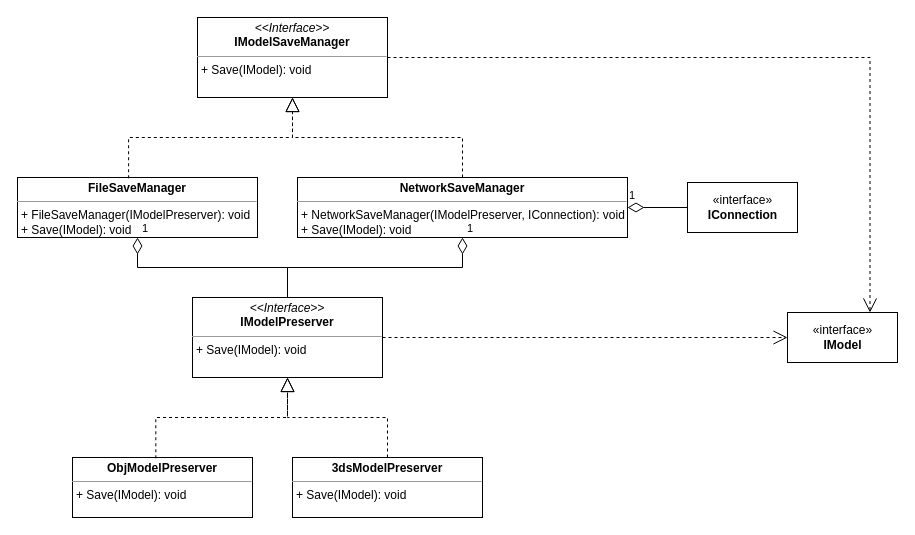
SheinEA/gb_architect keeps this draw.io diagram as page "PhotoPreservers" (4 of 5) of module_2/Classes.drawio. Above is the earlier version. Source tidied: cells renumbered, new cells numbered last; positions are measured from the earlier drawing's top-left corner, leaving out a move shared by most shapes. Both pictures are drawn from the tidied source at 100%, with x=0, y=0 at pixel (17, 17).
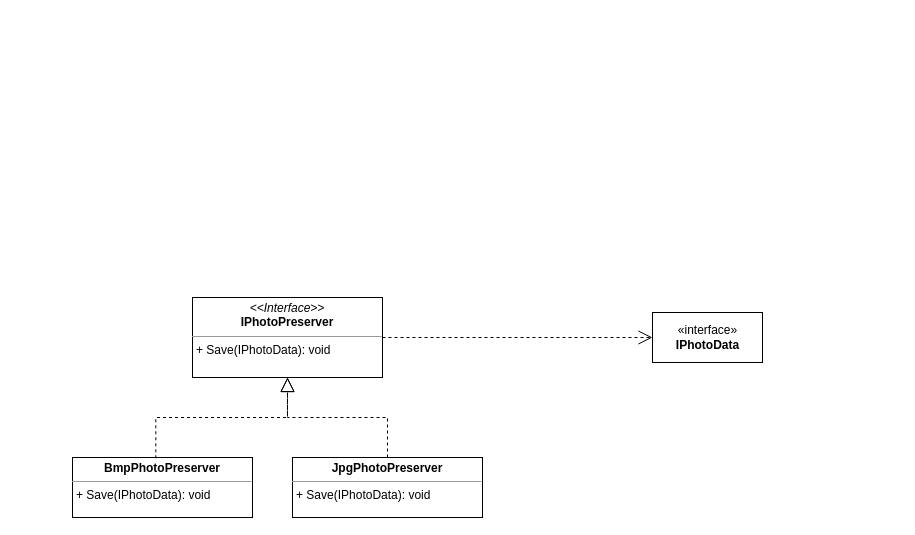
After the change.

Change to the diagram source:
```diff
@@
-    <mxCell id="2" value="&lt;p style=&quot;margin: 0px ; margin-top: 4px ; text-align: center&quot;&gt;&lt;i&gt;&amp;lt;&amp;lt;Interface&amp;gt;&amp;gt;&lt;/i&gt;&lt;br&gt;&lt;b&gt;IModelPreserver&lt;/b&gt;&lt;/p&gt;&lt;hr size=&quot;1&quot;&gt;&lt;p style=&quot;margin: 0px ; margin-left: 4px&quot;&gt;+ Save(IModel): void&lt;br&gt;&lt;/p&gt;" style="verticalAlign=top;align=left;overflow=fill;fontSize=12;fontFamily=Helvetica;html=1;" parent="1" vertex="1">
+    <mxCell id="2" value="&lt;p style=&quot;margin: 0px ; margin-top: 4px ; text-align: center&quot;&gt;&lt;i&gt;&amp;lt;&amp;lt;Interface&amp;gt;&amp;gt;&lt;/i&gt;&lt;br&gt;&lt;b&gt;IPhotoPreserver&lt;/b&gt;&lt;/p&gt;&lt;hr size=&quot;1&quot;&gt;&lt;p style=&quot;margin: 0px ; margin-left: 4px&quot;&gt;+ Save(IPhotoData): void&lt;br&gt;&lt;/p&gt;" style="verticalAlign=top;align=left;overflow=fill;fontSize=12;fontFamily=Helvetica;html=1;" parent="1" vertex="1">
       <mxGeometry x="175" y="280" width="190" height="80" as="geometry" />
     </mxCell>
-    <mxCell id="3" value="&lt;p style=&quot;margin: 0px ; margin-top: 4px ; text-align: center&quot;&gt;&lt;b&gt;ObjModelPreserver&lt;/b&gt;&lt;br&gt;&lt;/p&gt;&lt;hr size=&quot;1&quot;&gt;&lt;p style=&quot;margin: 0px ; margin-left: 4px&quot;&gt;&lt;span&gt;+ Save(IModel): void&lt;/span&gt;&lt;br&gt;&lt;/p&gt;" style="verticalAlign=top;align=left;overflow=fill;fontSize=12;fontFamily=Helvetica;html=1;" parent="1" vertex="1">
+    <mxCell id="3" value="&lt;p style=&quot;margin: 0px ; margin-top: 4px ; text-align: center&quot;&gt;&lt;b&gt;BmpPhotoPreserver&lt;/b&gt;&lt;br&gt;&lt;/p&gt;&lt;hr size=&quot;1&quot;&gt;&lt;p style=&quot;margin: 0px ; margin-left: 4px&quot;&gt;+ Save(IPhotoData): void&lt;br&gt;&lt;/p&gt;" style="verticalAlign=top;align=left;overflow=fill;fontSize=12;fontFamily=Helvetica;html=1;" parent="1" vertex="1">
       <mxGeometry x="55" y="440" width="180" height="60" as="geometry" />
     </mxCell>
-    <mxCell id="4" value="&lt;p style=&quot;margin: 0px ; margin-top: 4px ; text-align: center&quot;&gt;&lt;b&gt;3dsModelPreserver&lt;/b&gt;&lt;br&gt;&lt;/p&gt;&lt;hr size=&quot;1&quot;&gt;&lt;p style=&quot;margin: 0px ; margin-left: 4px&quot;&gt;&lt;span&gt;+ Save(IModel): void&lt;/span&gt;&lt;br&gt;&lt;/p&gt;" style="verticalAlign=top;align=left;overflow=fill;fontSize=12;fontFamily=Helvetica;html=1;" parent="1" vertex="1">
+    <mxCell id="4" value="&lt;p style=&quot;margin: 0px ; margin-top: 4px ; text-align: center&quot;&gt;&lt;b&gt;JpgPhotoPreserver&lt;/b&gt;&lt;br&gt;&lt;/p&gt;&lt;hr size=&quot;1&quot;&gt;&lt;p style=&quot;margin: 0px ; margin-left: 4px&quot;&gt;+ Save(IPhotoData): void&lt;br&gt;&lt;/p&gt;" style="verticalAlign=top;align=left;overflow=fill;fontSize=12;fontFamily=Helvetica;html=1;" parent="1" vertex="1">
       <mxGeometry x="275" y="440" width="190" height="60" as="geometry" />
     </mxCell>
@@
-    <mxCell id="7" value="«interface»&lt;br&gt;&lt;b&gt;IModel&lt;/b&gt;" style="html=1;" parent="1" vertex="1">
-      <mxGeometry x="770" y="295" width="110" height="50" as="geometry" />
+    <mxCell id="7" value="«interface»&lt;br&gt;&lt;b&gt;IPhotoData&lt;/b&gt;" style="html=1;" parent="1" vertex="1">
+      <mxGeometry x="635" y="295" width="110" height="50" as="geometry" />
     </mxCell>
-    <mxCell id="8" style="endArrow=open;endFill=1;endSize=12;html=1;edgeStyle=orthogonalEdgeStyle;rounded=0;dashed=1;" parent="1" edge="1" source="2" target="7">
-      <mxGeometry relative="1" as="geometry" />
-    </mxCell>
-    <mxCell id="9" value="«interface»&lt;br&gt;&lt;b&gt;IConnection&lt;/b&gt;" style="html=1;" parent="1" vertex="1">
-      <mxGeometry x="670" y="165" width="110" height="50" as="geometry" />
-    </mxCell>
-    <mxCell id="10" value="&lt;p style=&quot;margin: 0px ; margin-top: 4px ; text-align: center&quot;&gt;&lt;i&gt;&amp;lt;&amp;lt;Interface&amp;gt;&amp;gt;&lt;/i&gt;&lt;br&gt;&lt;b&gt;IM&lt;/b&gt;&lt;b&gt;odelSaveManager&lt;/b&gt;&lt;/p&gt;&lt;hr size=&quot;1&quot;&gt;&lt;p style=&quot;margin: 0px ; margin-left: 4px&quot;&gt;+ Save(IModel): void&lt;br&gt;&lt;/p&gt;" style="verticalAlign=top;align=left;overflow=fill;fontSize=12;fontFamily=Helvetica;html=1;" parent="1" vertex="1">
-      <mxGeometry x="180" width="190" height="80" as="geometry" />
-    </mxCell>
-    <mxCell id="11" value="&lt;p style=&quot;margin: 0px ; margin-top: 4px ; text-align: center&quot;&gt;&lt;b&gt;FileSaveManager&lt;/b&gt;&lt;/p&gt;&lt;hr size=&quot;1&quot;&gt;&lt;p style=&quot;margin: 0px ; margin-left: 4px&quot;&gt;&lt;span&gt;+ FileSaveManager(IModelPreserver): void&lt;/span&gt;&lt;/p&gt;&lt;p style=&quot;margin: 0px ; margin-left: 4px&quot;&gt;&lt;span&gt;+ Save(IModel): void&lt;/span&gt;&lt;br&gt;&lt;/p&gt;" style="verticalAlign=top;align=left;overflow=fill;fontSize=12;fontFamily=Helvetica;html=1;" parent="1" vertex="1">
-      <mxGeometry y="160" width="240" height="60" as="geometry" />
-    </mxCell>
-    <mxCell id="12" value="&lt;p style=&quot;margin: 0px ; margin-top: 4px ; text-align: center&quot;&gt;&lt;b&gt;NetworkSaveManager&lt;/b&gt;&lt;br&gt;&lt;/p&gt;&lt;hr size=&quot;1&quot;&gt;&lt;p style=&quot;margin: 0px ; margin-left: 4px&quot;&gt;+ NetworkSaveManager(IModelPreserver, IConnection): void&lt;span&gt;&lt;br&gt;&lt;/span&gt;&lt;/p&gt;&lt;p style=&quot;margin: 0px ; margin-left: 4px&quot;&gt;&lt;span&gt;+ Save(IModel): void&lt;/span&gt;&lt;br&gt;&lt;/p&gt;" style="verticalAlign=top;align=left;overflow=fill;fontSize=12;fontFamily=Helvetica;html=1;" parent="1" vertex="1">
-      <mxGeometry x="280" y="160" width="330" height="60" as="geometry" />
-    </mxCell>
-    <mxCell id="13" style="endArrow=block;dashed=1;endFill=0;endSize=12;html=1;entryX=0.5;entryY=1;entryDx=0;entryDy=0;exitX=0.463;exitY=0.013;exitDx=0;exitDy=0;exitPerimeter=0;edgeStyle=orthogonalEdgeStyle;rounded=0;" parent="1" edge="1" source="11" target="10">
-      <mxGeometry relative="1" as="geometry" />
-    </mxCell>
-    <mxCell id="14" style="endArrow=block;dashed=1;endFill=0;endSize=12;html=1;exitX=0.5;exitY=0;exitDx=0;exitDy=0;edgeStyle=orthogonalEdgeStyle;rounded=0;" parent="1" edge="1" source="12" target="10">
-      <mxGeometry relative="1" as="geometry" />
-    </mxCell>
-    <mxCell id="15" value="1" style="endArrow=none;html=1;endSize=12;startArrow=diamondThin;startSize=14;startFill=0;edgeStyle=orthogonalEdgeStyle;align=left;verticalAlign=bottom;endFill=0;rounded=0;" parent="1" edge="1" source="12" target="9">
-      <mxGeometry x="-1" y="3" relative="1" as="geometry" />
-    </mxCell>
-    <mxCell id="16" style="endArrow=open;endFill=1;endSize=12;html=1;edgeStyle=orthogonalEdgeStyle;rounded=0;dashed=1;entryX=0.75;entryY=0;entryDx=0;entryDy=0;" parent="1" edge="1" source="10" target="7">
+    <mxCell id="16" style="endArrow=open;endFill=1;endSize=12;html=1;edgeStyle=orthogonalEdgeStyle;rounded=0;dashed=1;" parent="1" edge="1" source="2" target="7">
       <mxGeometry relative="1" as="geometry" />
     </mxCell>
-    <mxCell id="17" value="1" style="endArrow=none;html=1;endSize=12;startArrow=diamondThin;startSize=14;startFill=0;edgeStyle=orthogonalEdgeStyle;align=left;verticalAlign=bottom;endFill=0;rounded=0;" parent="1" edge="1" source="11" target="2">
-      <mxGeometry x="-1" y="3" relative="1" as="geometry" />
-    </mxCell>
-    <mxCell id="18" value="1" style="endArrow=none;html=1;endSize=12;startArrow=diamondThin;startSize=14;startFill=0;edgeStyle=orthogonalEdgeStyle;align=left;verticalAlign=bottom;endFill=0;rounded=0;" parent="1" edge="1" source="12" target="2">
-      <mxGeometry x="-1" y="3" relative="1" as="geometry">
-        <Array as="points">
-          <mxPoint x="445" y="250" />
-          <mxPoint x="270" y="250" />
-        </Array>
-      </mxGeometry>
-    </mxCell>
```
